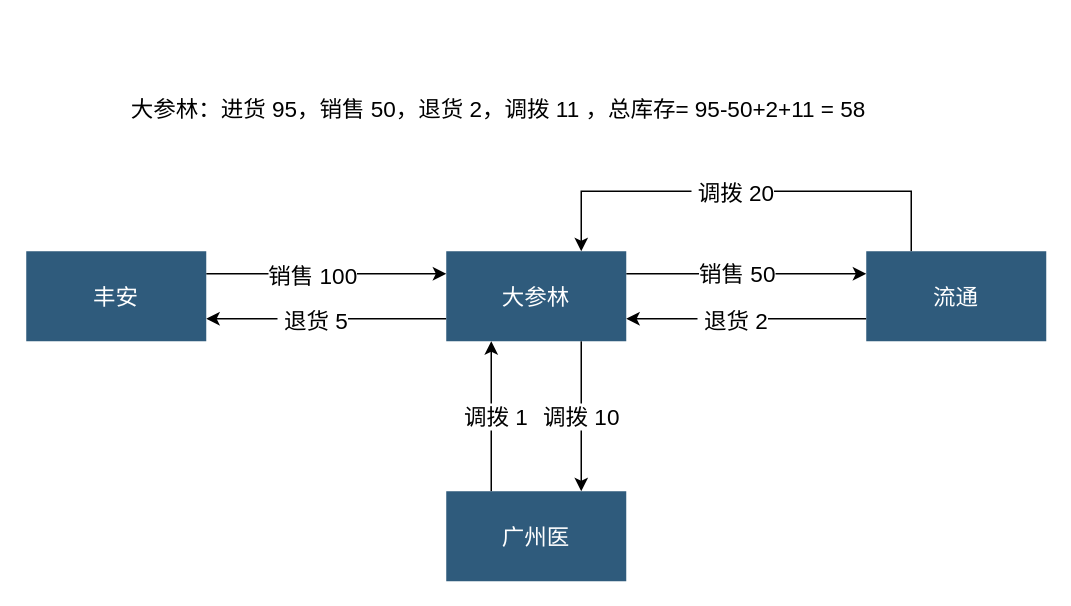
xiaoming728/draw keeps this draw.io diagram as page "调拨计算逻辑" (3 of 3) of 佰晟.drawio. Above is the earlier version. Source tidied: cells renumbered, new cells numbered last; positions are measured from the earlier drawing's top-left corner, leaving out a move shared by most shapes. Both pictures are drawn from the tidied source at 150%, with x=0, y=0 at pixel (26, 86).
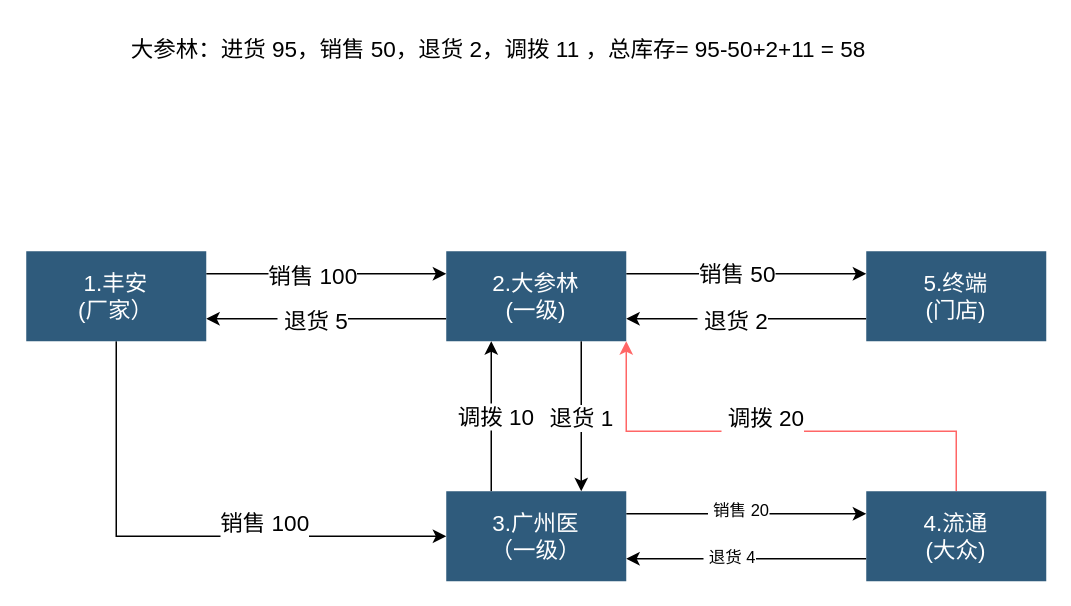
The same page after the edit.

Unchanged cells that the change refers to:
```xml
<mxCell id="16" style="edgeStyle=orthogonalEdgeStyle;rounded=0;jettySize=auto;html=1;exitX=0.25;exitY=0;exitDx=0;exitDy=0;entryX=0.25;entryY=1;entryDx=0;entryDy=0;fontSize=15;" parent="1" edge="1" source="18" target="7">
  <mxGeometry relative="1" as="geometry" />
</mxCell>
```

The edit, as a diff of the source:
```diff
@@
-    <mxCell id="4" value="&lt;font&gt;调拨 10&lt;/font&gt;" style="edgeStyle=orthogonalEdgeStyle;rounded=0;jettySize=auto;html=1;exitX=0.75;exitY=1;exitDx=0;exitDy=0;entryX=0.75;entryY=0;entryDx=0;entryDy=0;fontSize=15;" parent="1" edge="1" source="7" target="18">
-      <mxGeometry relative="1" as="geometry" />
+    <mxCell id="4" value="&lt;font&gt;退货 1&lt;/font&gt;" style="edgeStyle=orthogonalEdgeStyle;rounded=0;jettySize=auto;html=1;exitX=0.75;exitY=1;exitDx=0;exitDy=0;entryX=0.75;entryY=0;entryDx=0;entryDy=0;fontSize=15;" parent="1" edge="1" source="7" target="18">
+      <mxGeometry x="0.01" relative="1" as="geometry" />
     </mxCell>
@@
-    <mxCell id="7" value="大参林" style="whiteSpace=wrap;shadow=0;fontColor=#FFFFFF;fontFamily=Helvetica;fontStyle=0;html=1;fontSize=15;plain-purple;strokeColor=none;fillColor=#2f5b7c;gradientColor=none;spacing=6;verticalAlign=middle;" parent="1" vertex="1">
+    <mxCell id="7" value="2.大参林&lt;div&gt;(一级)&lt;/div&gt;" style="whiteSpace=wrap;shadow=0;fontColor=#FFFFFF;fontFamily=Helvetica;fontStyle=0;html=1;fontSize=15;plain-purple;strokeColor=none;fillColor=#2f5b7c;gradientColor=none;spacing=6;verticalAlign=middle;" parent="1" vertex="1">
       <mxGeometry x="280" y="110" width="120" height="60" as="geometry" />
     </mxCell>
@@
+    <mxCell id="20" style="edgeStyle=orthogonalEdgeStyle;rounded=0;jettySize=auto;html=1;exitX=0.5;exitY=1;exitDx=0;exitDy=0;entryX=0;entryY=0.5;entryDx=0;entryDy=0;" parent="1" edge="1" source="10" target="18">
+      <mxGeometry relative="1" as="geometry" />
+    </mxCell>
+    <mxCell id="21" value="&lt;span style=&quot;font-size: 15px;&quot;&gt;销售 100&lt;/span&gt;" style="edgeLabel;html=1;align=center;verticalAlign=middle;" parent="20" vertex="1">
+      <mxGeometry x="0.3" y="3" relative="1" as="geometry">
+        <mxPoint y="-7" as="offset" />
+      </mxGeometry>
+    </mxCell>
-    <mxCell id="10" value="丰安" style="whiteSpace=wrap;shadow=0;fontColor=#FFFFFF;fontFamily=Helvetica;fontStyle=0;html=1;fontSize=15;plain-purple;strokeColor=none;fillColor=#2f5b7c;gradientColor=none;spacing=6;verticalAlign=middle;" parent="1" vertex="1">
+    <mxCell id="10" value="1.丰安&lt;div&gt;(厂家）&lt;/div&gt;" style="whiteSpace=wrap;shadow=0;fontColor=#FFFFFF;fontFamily=Helvetica;fontStyle=0;html=1;fontSize=15;plain-purple;strokeColor=none;fillColor=#2f5b7c;gradientColor=none;spacing=6;verticalAlign=middle;" parent="1" vertex="1">
       <mxGeometry y="110" width="120" height="60" as="geometry" />
     </mxCell>
@@
-    <mxCell id="13" style="edgeStyle=orthogonalEdgeStyle;rounded=0;jettySize=auto;html=1;exitX=0.25;exitY=0;exitDx=0;exitDy=0;entryX=0.75;entryY=0;entryDx=0;entryDy=0;fontSize=15;" parent="1" edge="1" source="15" target="7">
+    <mxCell id="13" style="edgeStyle=orthogonalEdgeStyle;rounded=0;jettySize=auto;html=1;exitX=0.5;exitY=0;exitDx=0;exitDy=0;entryX=1;entryY=1;entryDx=0;entryDy=0;fontSize=15;fillColor=#f8cecc;strokeColor=#FF6666;" parent="1" edge="1" source="26" target="7">
       <mxGeometry relative="1" as="geometry">
         <Array as="points">
-          <mxPoint x="590" y="70" />
-          <mxPoint x="370" y="70" />
+          <mxPoint x="620" y="230" />
+          <mxPoint x="400" y="230" />
         </Array>
       </mxGeometry>
     </mxCell>
     <mxCell id="14" value="&amp;nbsp;调拨 20" style="edgeLabel;html=1;align=center;verticalAlign=middle;fontSize=15;" parent="13" vertex="1">
       <mxGeometry x="0.04" y="-1" relative="1" as="geometry">
-        <mxPoint x="-4" y="1" as="offset" />
+        <mxPoint x="-4" y="-9" as="offset" />
       </mxGeometry>
     </mxCell>
-    <mxCell id="15" value="流通" style="whiteSpace=wrap;shadow=0;fontColor=#FFFFFF;fontFamily=Helvetica;fontStyle=0;html=1;fontSize=15;plain-purple;strokeColor=none;fillColor=#2f5b7c;gradientColor=none;spacing=6;verticalAlign=middle;" parent="1" vertex="1">
+    <mxCell id="15" value="5.终端&lt;div&gt;(门店)&lt;/div&gt;" style="whiteSpace=wrap;shadow=0;fontColor=#FFFFFF;fontFamily=Helvetica;fontStyle=0;html=1;fontSize=15;plain-purple;strokeColor=none;fillColor=#2f5b7c;gradientColor=none;spacing=6;verticalAlign=middle;" parent="1" vertex="1">
       <mxGeometry x="560" y="110" width="120" height="60" as="geometry" />
     </mxCell>
@@
-    <mxCell id="17" value="&lt;font&gt;&amp;nbsp;调拨 1&lt;/font&gt;" style="edgeLabel;html=1;align=center;verticalAlign=middle;fontSize=15;" parent="16" vertex="1">
+    <mxCell id="17" value="&lt;font&gt;&amp;nbsp;调拨 10&lt;/font&gt;" style="edgeLabel;html=1;align=center;verticalAlign=middle;fontSize=15;" parent="16" vertex="1">
       <mxGeometry x="0.01" relative="1" as="geometry" />
     </mxCell>
+    <mxCell id="22" style="edgeStyle=orthogonalEdgeStyle;rounded=0;jettySize=auto;html=1;exitX=1;exitY=0.25;exitDx=0;exitDy=0;entryX=0;entryY=0.25;entryDx=0;entryDy=0;" parent="1" edge="1" source="18" target="26">
+      <mxGeometry relative="1" as="geometry" />
+    </mxCell>
+    <mxCell id="23" value="&amp;nbsp;销售 20" style="edgeLabel;html=1;align=center;verticalAlign=middle;" parent="22" vertex="1">
+      <mxGeometry x="-0.08" y="3" relative="1" as="geometry" />
+    </mxCell>
-    <mxCell id="18" value="广州医" style="whiteSpace=wrap;shadow=0;fontColor=#FFFFFF;fontFamily=Helvetica;fontStyle=0;html=1;fontSize=15;plain-purple;strokeColor=none;fillColor=#2f5b7c;gradientColor=none;spacing=6;verticalAlign=middle;" parent="1" vertex="1">
+    <mxCell id="18" value="3.广州医&lt;div&gt;（一级）&lt;/div&gt;" style="whiteSpace=wrap;shadow=0;fontColor=#FFFFFF;fontFamily=Helvetica;fontStyle=0;html=1;fontSize=15;plain-purple;strokeColor=none;fillColor=#2f5b7c;gradientColor=none;spacing=6;verticalAlign=middle;" parent="1" vertex="1">
       <mxGeometry x="280" y="270" width="120" height="60" as="geometry" />
     </mxCell>
     <mxCell id="19" value="&lt;span&gt;大参林：进货 95，销售 50，退货 2，调拨 11 ，总库存=&amp;nbsp;&lt;/span&gt;95-50+2+11 = 58" style="text;html=1;align=center;verticalAlign=middle;whiteSpace=wrap;rounded=0;fontSize=15;" parent="1" vertex="1">
-      <mxGeometry x="20" width="590" height="30" as="geometry" />
+      <mxGeometry x="20" y="-40" width="590" height="30" as="geometry" />
     </mxCell>
+    <mxCell id="24" style="edgeStyle=orthogonalEdgeStyle;rounded=0;jettySize=auto;html=1;exitX=0;exitY=0.75;exitDx=0;exitDy=0;entryX=1;entryY=0.75;entryDx=0;entryDy=0;" parent="1" edge="1" source="26" target="18">
+      <mxGeometry relative="1" as="geometry" />
+    </mxCell>
+    <mxCell id="25" value="&amp;nbsp;退货 4" style="edgeLabel;html=1;align=center;verticalAlign=middle;" parent="24" vertex="1">
+      <mxGeometry x="0.15" y="-2" relative="1" as="geometry" />
+    </mxCell>
+    <mxCell id="26" value="4.流通&lt;div&gt;(大众)&lt;/div&gt;" style="whiteSpace=wrap;shadow=0;fontColor=#FFFFFF;fontFamily=Helvetica;fontStyle=0;html=1;fontSize=15;plain-purple;strokeColor=none;fillColor=#2f5b7c;gradientColor=none;spacing=6;verticalAlign=middle;" parent="1" vertex="1">
+      <mxGeometry x="560" y="270" width="120" height="60" as="geometry" />
+    </mxCell>
```
